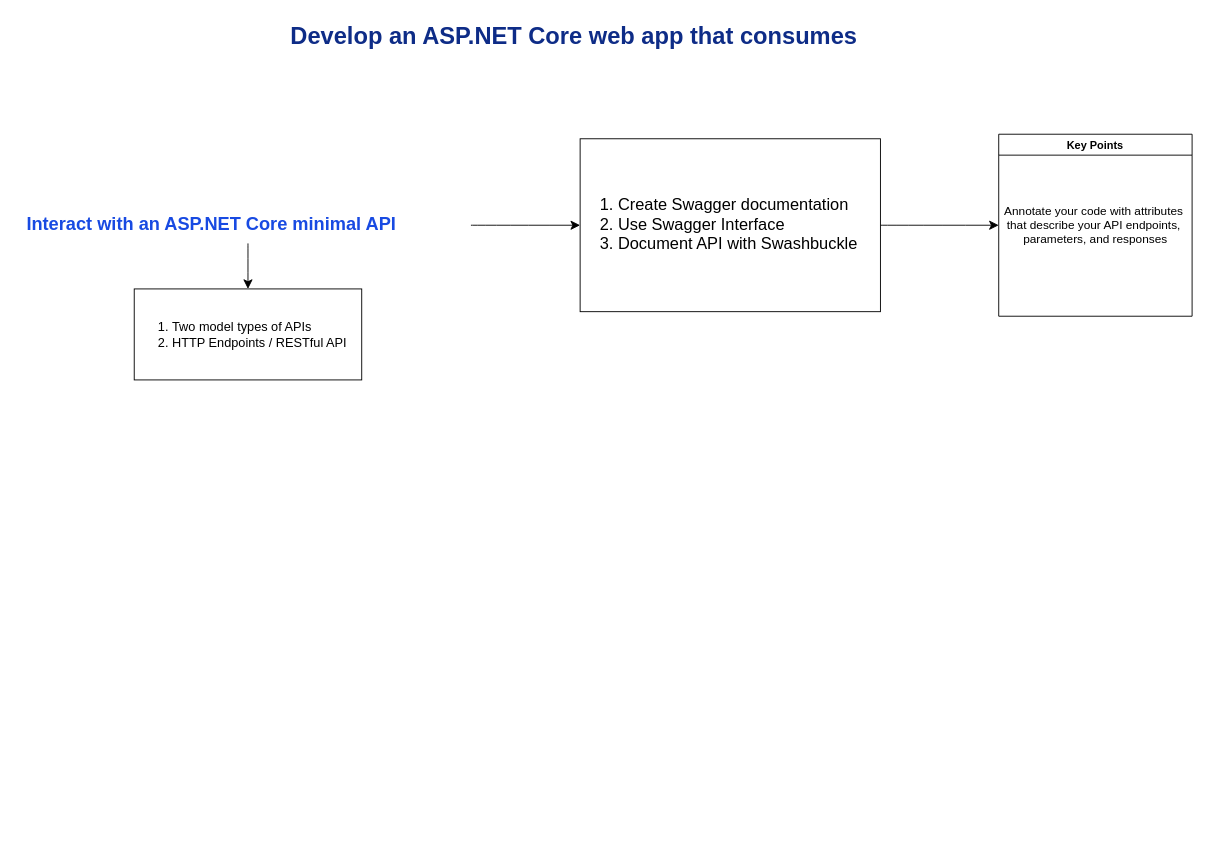
Before: page "Page-2" (2 of 2) of List of Tutorials.drawio in ROME08/Training-ASP.NET, a draw.io diagram. Source tidied: cells renumbered, new cells numbered last; positions are measured from the earlier drawing's top-left corner, leaving out a move shared by most shapes. Both pictures are drawn from the tidied source at 91%, with x=0, y=0 at pixel (25, 15).
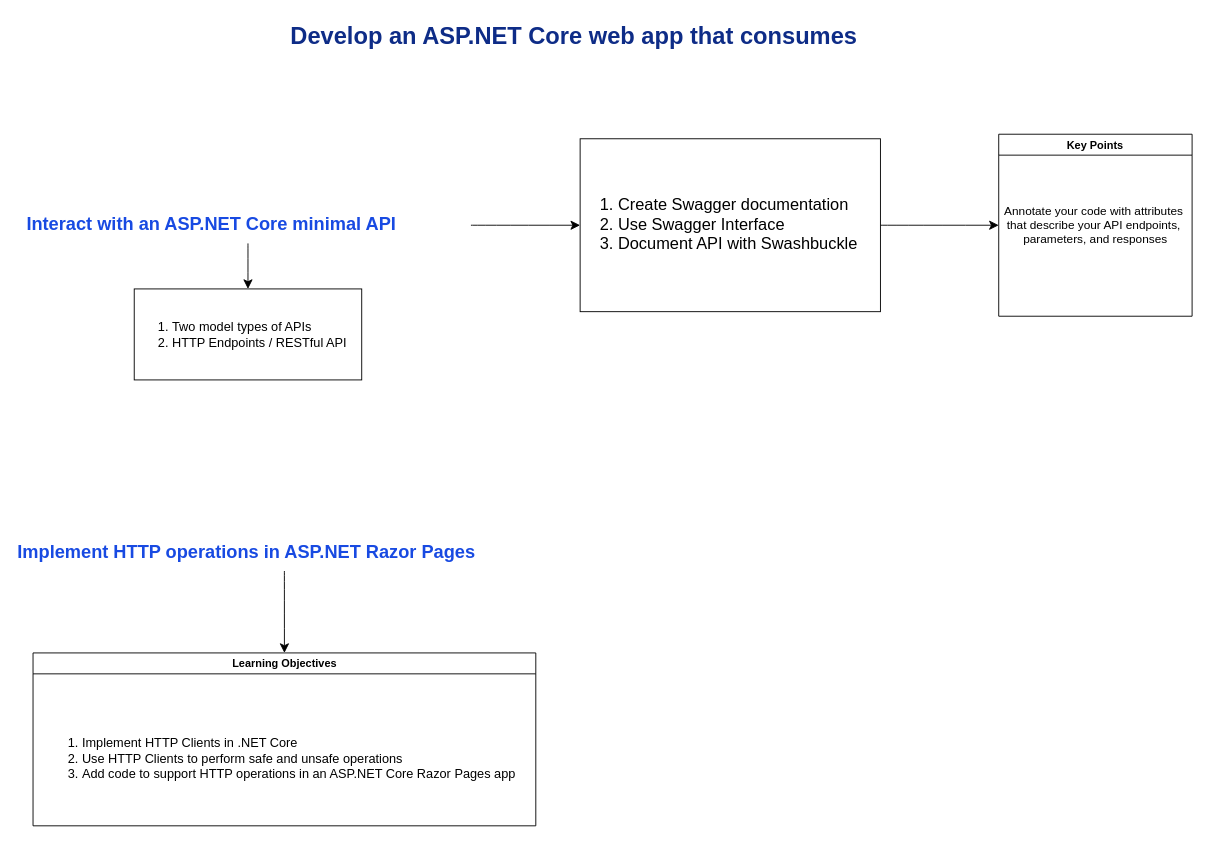
After the change.

What changed in the source:
```diff
@@
 <mxGraphModel>
   <root>
     <mxCell id="0" />
     <mxCell id="1" parent="0" />
     <mxCell id="2" style="edgeStyle=none;curved=1;rounded=0;jettySize=auto;html=1;fontSize=12;startSize=8;endSize=8;" parent="1" edge="1" source="4" target="7">
       <mxGeometry relative="1" as="geometry" />
     </mxCell>
     <mxCell id="3" style="edgeStyle=none;curved=1;rounded=0;jettySize=auto;html=1;fontSize=12;startSize=8;endSize=8;" parent="1" edge="1" source="4" target="8">
       <mxGeometry relative="1" as="geometry" />
     </mxCell>
     <mxCell id="4" value="&lt;h1 style=&quot;margin-top: 0px; font-size: 20px;&quot;&gt;Interact with an ASP.NET Core minimal API&lt;/h1&gt;" style="text;html=1;whiteSpace=wrap;overflow=hidden;rounded=0;fontSize=20;fontColor=#184ae2;" parent="1" vertex="1">
       <mxGeometry y="210" width="490" height="40" as="geometry" />
     </mxCell>
     <mxCell id="5" value="Develop an ASP.NET Core web app that consumes an API" style="text;html=1;whiteSpace=wrap;overflow=hidden;rounded=0;fontSize=26;fontColor=#0E2C87;fontStyle=1;" parent="1" vertex="1">
       <mxGeometry x="290" width="630" height="40" as="geometry" />
     </mxCell>
     <mxCell id="6" style="edgeStyle=none;curved=1;rounded=0;jettySize=auto;html=1;fontSize=12;startSize=8;endSize=8;entryX=0;entryY=0.5;entryDx=0;entryDy=0;" parent="1" edge="1" source="7" target="9">
       <mxGeometry relative="1" as="geometry" />
     </mxCell>
     <mxCell id="7" value="&lt;ol style=&quot;font-size: 18px;&quot;&gt;&lt;li&gt;Create Swagger documentation&lt;/li&gt;&lt;li&gt;Use Swagger Interface&lt;/li&gt;&lt;li&gt;Document API with Swashbuckle&lt;/li&gt;&lt;/ol&gt;" style="whiteSpace=wrap;html=1;align=left;" parent="1" vertex="1">
       <mxGeometry x="610" y="135" width="330" height="190" as="geometry" />
     </mxCell>
     <mxCell id="8" value="&lt;p&gt;&lt;/p&gt;&lt;ol style=&quot;font-size: 14px;&quot;&gt;&lt;li style=&quot;&quot;&gt;Two model types of APIs&lt;/li&gt;&lt;li style=&quot;&quot;&gt;HTTP Endpoints / RESTful API&lt;/li&gt;&lt;/ol&gt;&lt;p&gt;&lt;/p&gt;" style="whiteSpace=wrap;html=1;align=left;" parent="1" vertex="1">
       <mxGeometry x="120" y="300" width="250" height="100" as="geometry" />
     </mxCell>
     <mxCell id="9" value="Key Points" style="swimlane;" parent="1" vertex="1">
       <mxGeometry x="1070" y="130" width="212.5" height="200" as="geometry" />
     </mxCell>
     <mxCell id="10" value="&lt;span style=&quot;background-color: initial; font-size: 13px;&quot;&gt;Annotate your code with attributes&amp;nbsp;&lt;/span&gt;&lt;div style=&quot;font-size: 13px;&quot;&gt;&lt;span style=&quot;background-color: initial; font-size: 13px;&quot;&gt;that describe your API endpoints,&amp;nbsp;&lt;/span&gt;&lt;/div&gt;&lt;div style=&quot;font-size: 13px;&quot;&gt;&lt;span style=&quot;background-color: initial; font-size: 13px;&quot;&gt;parameters, and responses&lt;/span&gt;&lt;/div&gt;" style="text;html=1;align=center;verticalAlign=middle;strokeColor=none;fillColor=none;fontSize=13;" parent="9" vertex="1">
       <mxGeometry x="-3.8" y="70" width="220" height="60" as="geometry" />
     </mxCell>
+    <mxCell id="11" style="edgeStyle=none;curved=1;rounded=0;jettySize=auto;html=1;fontSize=12;startSize=8;endSize=8;entryX=0.5;entryY=0;entryDx=0;entryDy=0;" parent="1" edge="1" source="12" target="13">
+      <mxGeometry relative="1" as="geometry" />
+    </mxCell>
+    <mxCell id="12" value="&lt;h1 style=&quot;margin-top: 0px; font-size: 20px;&quot;&gt;Implement HTTP operations in ASP.NET Razor Pages&lt;/h1&gt;" style="text;html=1;whiteSpace=wrap;overflow=hidden;rounded=0;fontSize=20;fontColor=#184ae2;" parent="1" vertex="1">
+      <mxGeometry x="-10" y="570" width="590" height="40" as="geometry" />
+    </mxCell>
+    <mxCell id="13" value="Learning Objectives" style="swimlane;whiteSpace=wrap;html=1;" parent="1" vertex="1">
+      <mxGeometry x="8.8" y="700" width="552.5" height="190" as="geometry" />
+    </mxCell>
+    <mxCell id="14" value="&lt;ol style=&quot;font-size: 14px;&quot;&gt;&lt;li&gt;Implement HTTP Clients in .NET Core&lt;/li&gt;&lt;li&gt;Use HTTP Clients to perform safe and unsafe operations&lt;/li&gt;&lt;li&gt;Add code to support HTTP operations in an ASP.NET Core Razor Pages app&lt;/li&gt;&lt;/ol&gt;" style="text;html=1;align=left;verticalAlign=middle;strokeColor=none;fillColor=none;fontSize=16;" parent="13" vertex="1">
+      <mxGeometry x="12.5" y="71" width="540" height="90" as="geometry" />
+    </mxCell>
   </root>
 </mxGraphModel>
```
